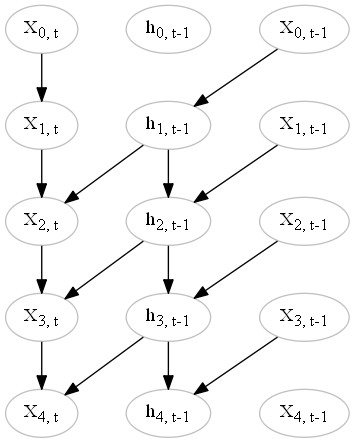
FukaiChia/niy keeps this Graphviz diagram as RNN_LSTM/files/model.png. Above is the earlier version. Its source is kept beside it as RNN_LSTM/files/model.gv.
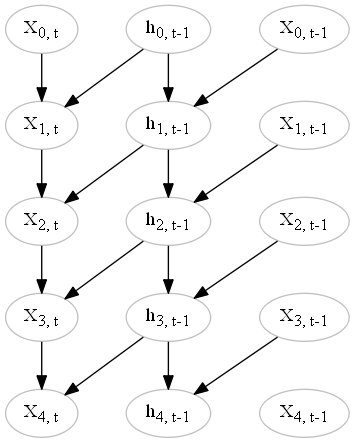
Later version of the same file.

The edit, as a diff of the source:
```diff
@@ -45,10 +45,10 @@
 
 Xp0->Xp1 [style=invis]
 H0->Xp1 [style=invis]
-H0->H1 [style=invis]
+H0->H1
 Xp0->H1
 X0->X1
-H0->X1 [style=invis]
+H0->X1
 
 Xp1->Xp2 [style=invis]
 H1->H2
```
